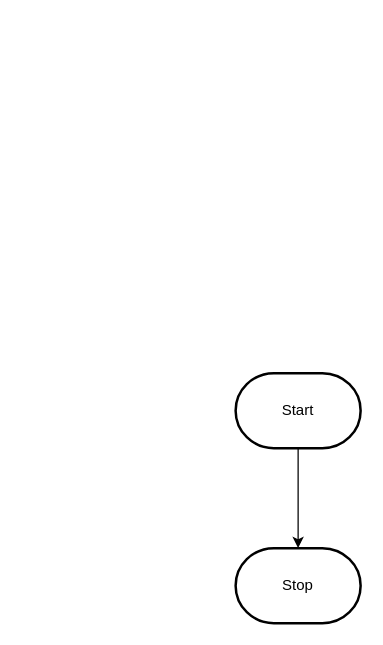
The draw.io diagram design/flowchart.drawio in MTHS-ICD2O-1-2023/ICD2O-Unit-5-01-clara-tyman, before the edit. Source tidied: cells renumbered, new cells numbered last; positions are measured from the earlier drawing's top-left corner, leaving out a move shared by most shapes. Both pictures are drawn from the tidied source at 125%, with x=0, y=0 at pixel (235, 372).
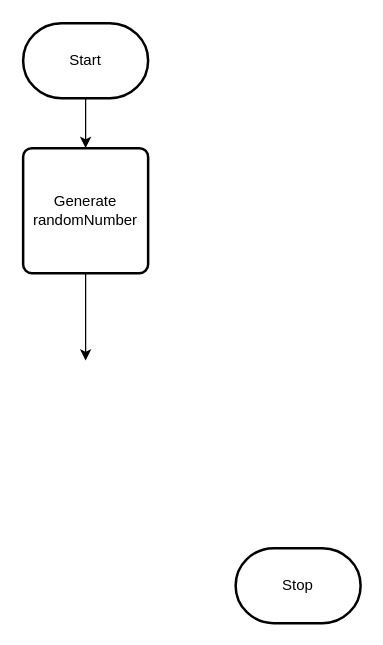
After the change.

Diff of the diagram source:
```diff
@@
 <mxGraphModel>
   <root>
     <mxCell id="0" />
     <mxCell id="1" parent="0" />
-    <mxCell id="2" style="edgeStyle=orthogonalEdgeStyle;html=1;rounded=0;" parent="1" edge="1" source="3" target="4">
-      <mxGeometry relative="1" as="geometry" />
-    </mxCell>
+    <mxCell id="5" style="edgeStyle=none;html=1;entryX=0.5;entryY=0;entryDx=0;entryDy=0;" parent="1" edge="1" source="3" target="7">
+      <mxGeometry relative="1" as="geometry" />
+    </mxCell>
     <mxCell id="3" value="Start" style="strokeWidth=2;html=1;shape=mxgraph.flowchart.terminator;whiteSpace=wrap;" parent="1" vertex="1">
-      <mxGeometry width="100" height="60" as="geometry" />
+      <mxGeometry x="-170" y="-280" width="100" height="60" as="geometry" />
     </mxCell>
     <mxCell id="4" value="Stop" style="strokeWidth=2;html=1;shape=mxgraph.flowchart.terminator;whiteSpace=wrap;" parent="1" vertex="1">
       <mxGeometry y="140" width="100" height="60" as="geometry" />
     </mxCell>
+    <mxCell id="6" style="edgeStyle=none;html=1;" parent="1" edge="1" source="7">
+      <mxGeometry relative="1" as="geometry">
+        <mxPoint x="-120" y="-10" as="targetPoint" />
+      </mxGeometry>
+    </mxCell>
+    <mxCell id="7" value="Generate randomNumber" style="rounded=1;whiteSpace=wrap;html=1;absoluteArcSize=1;arcSize=14;strokeWidth=2;" parent="1" vertex="1">
+      <mxGeometry x="-170" y="-180" width="100" height="100" as="geometry" />
+    </mxCell>
   </root>
 </mxGraphModel>
```
